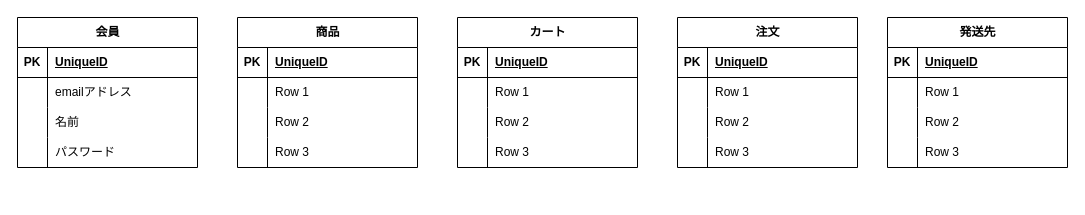
The draw.io diagram 名称未設定ファイル.drawio in yuna096740/sample_app, before the edit. Source tidied: cells renumbered, new cells numbered last; positions are measured from the earlier drawing's top-left corner, leaving out a move shared by most shapes. Both pictures are drawn from the tidied source at 100%, with x=0, y=0 at pixel (17, 17).
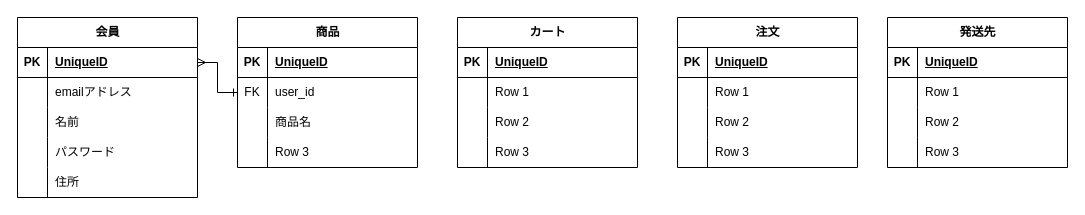
The same diagram, later.

Commit message:
名称未設定ファイル.drawio を更新します

The change refers to these unchanged cells:
```xml
<mxCell id="3" style="shape=tableRow;horizontal=0;startSize=0;swimlaneHead=0;swimlaneBody=0;fillColor=none;points=[[0,0.5],[1,0.5]];portConstraint=eastwest;top=0;left=0;right=0;bottom=1;" parent="2" vertex="1">
  <mxGeometry y="30" width="180" height="30" as="geometry" />
</mxCell>
<mxCell id="32" style="shape=tableRow;horizontal=0;startSize=0;swimlaneHead=0;swimlaneBody=0;fillColor=none;points=[[0,0.5],[1,0.5]];portConstraint=eastwest;top=0;left=0;right=0;bottom=0;" parent="28" vertex="1">
  <mxGeometry y="60" width="180" height="30" as="geometry" />
</mxCell>
<mxCell id="35" style="shape=tableRow;horizontal=0;startSize=0;swimlaneHead=0;swimlaneBody=0;fillColor=none;top=0;left=0;right=0;bottom=0;" parent="28" vertex="1">
  <mxGeometry y="90" width="180" height="30" as="geometry" />
</mxCell>
```

Diff of the diagram source:
```diff
@@
     <mxCell id="2" value="会員" style="shape=table;startSize=30;childLayout=tableLayout;rowLines=0;fontStyle=1;align=center;html=1;" parent="1" vertex="1">
-      <mxGeometry width="180" height="150" as="geometry" />
+      <mxGeometry width="180" height="180" as="geometry" />
     </mxCell>
@@
+    <mxCell id="67" style="shape=tableRow;horizontal=0;startSize=0;swimlaneHead=0;swimlaneBody=0;fillColor=none;top=0;left=0;right=0;bottom=0;" parent="2" vertex="1">
+      <mxGeometry y="150" width="180" height="30" as="geometry" />
+    </mxCell>
+    <mxCell id="68" style="shape=partialRectangle;fillColor=none;top=0;left=0;bottom=0;right=0;overflow=hidden;whiteSpace=wrap;html=1;" parent="67" vertex="1">
+      <mxGeometry width="30" height="30" as="geometry" />
+    </mxCell>
+    <mxCell id="69" value="住所" style="shape=partialRectangle;fillColor=none;top=0;left=0;bottom=0;right=0;align=left;spacingLeft=6;overflow=hidden;whiteSpace=wrap;html=1;" parent="67" vertex="1">
+      <mxGeometry x="30" width="150" height="30" as="geometry" />
+    </mxCell>
@@
-    <mxCell id="33" style="shape=partialRectangle;fillColor=none;top=0;left=0;bottom=0;right=0;overflow=hidden;whiteSpace=wrap;html=1;" parent="32" vertex="1">
+    <mxCell id="33" value="FK" style="shape=partialRectangle;fillColor=none;top=0;left=0;bottom=0;right=0;overflow=hidden;whiteSpace=wrap;html=1;" parent="32" vertex="1">
       <mxGeometry width="30" height="30" as="geometry" />
     </mxCell>
-    <mxCell id="34" value="Row 1" style="shape=partialRectangle;fillColor=none;top=0;left=0;bottom=0;right=0;align=left;spacingLeft=6;overflow=hidden;whiteSpace=wrap;html=1;" parent="32" vertex="1">
+    <mxCell id="34" value="user_id" style="shape=partialRectangle;fillColor=none;top=0;left=0;bottom=0;right=0;align=left;spacingLeft=6;overflow=hidden;whiteSpace=wrap;html=1;" parent="32" vertex="1">
       <mxGeometry x="30" width="150" height="30" as="geometry" />
     </mxCell>
@@
-    <mxCell id="37" value="Row 2" style="shape=partialRectangle;fillColor=none;top=0;left=0;bottom=0;right=0;align=left;spacingLeft=6;overflow=hidden;whiteSpace=wrap;html=1;" parent="35" vertex="1">
+    <mxCell id="37" value="商品名" style="shape=partialRectangle;fillColor=none;top=0;left=0;bottom=0;right=0;align=left;spacingLeft=6;overflow=hidden;whiteSpace=wrap;html=1;" parent="35" vertex="1">
       <mxGeometry x="30" width="150" height="30" as="geometry" />
     </mxCell>
@@
+    <mxCell id="70" style="edgeStyle=orthogonalEdgeStyle;rounded=0;jettySize=auto;html=1;exitX=1;exitY=0.5;exitDx=0;exitDy=0;startArrow=ERmany;startFill=0;endArrow=ERone;endFill=0;" parent="1" edge="1" source="3" target="32">
+      <mxGeometry relative="1" as="geometry" />
+    </mxCell>
```
